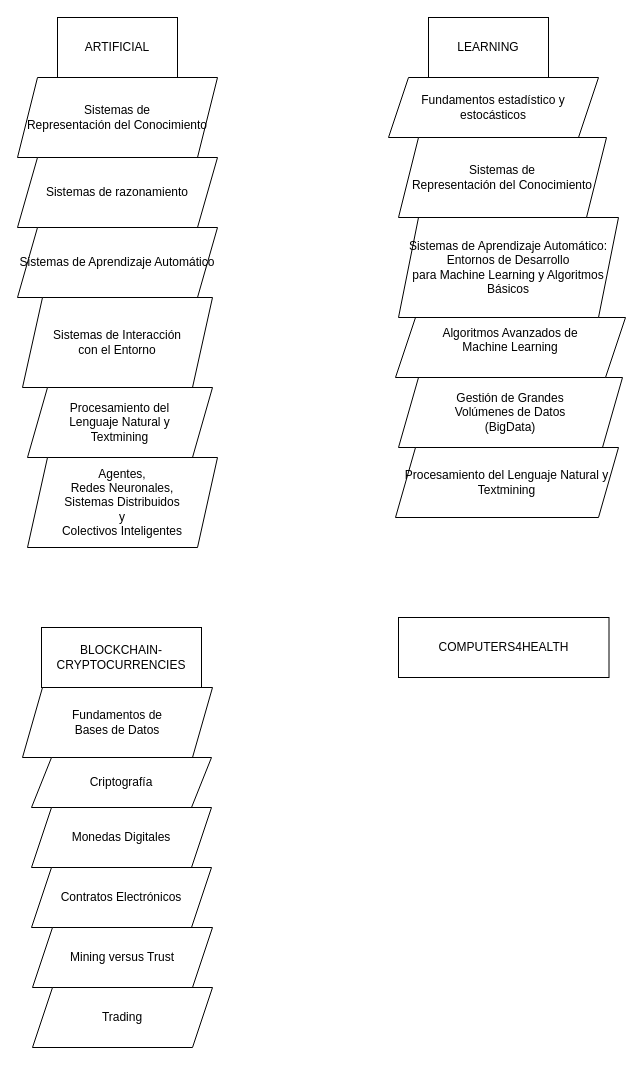
Before: Courses-masters.drawio in jacintodavila/logicacomputacional, a draw.io diagram. Source tidied: cells renumbered, new cells numbered last; positions are measured from the earlier drawing's top-left corner, leaving out a move shared by most shapes. Both pictures are drawn from the tidied source at 100%, with x=0, y=0 at pixel (17, 17).
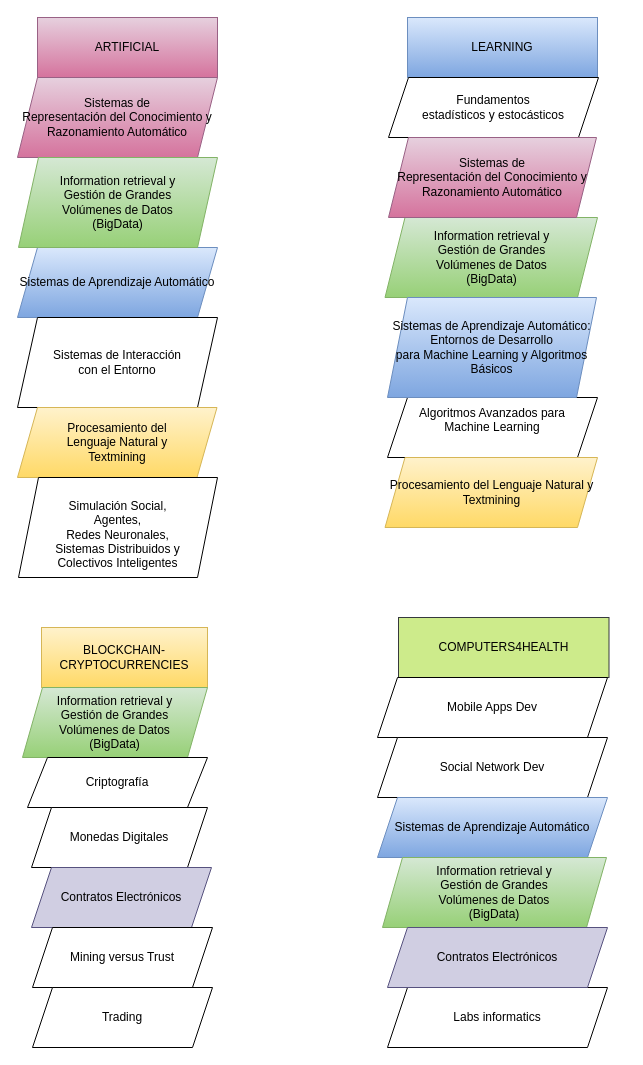
After the change.

The edit, as a diff of the source:
```diff
@@
-    <mxCell id="2" value="ARTIFICIAL" style="rounded=0;whiteSpace=wrap;html=1;" parent="1" vertex="1">
-      <mxGeometry x="40" width="120" height="60" as="geometry" />
+    <mxCell id="2" value="ARTIFICIAL" style="rounded=0;whiteSpace=wrap;html=1;gradientColor=#d5739d;fillColor=#e6d0de;strokeColor=#996185;" parent="1" vertex="1">
+      <mxGeometry x="20" width="180" height="60" as="geometry" />
     </mxCell>
-    <mxCell id="3" value="&lt;div&gt;Sistemas de &lt;br&gt;&lt;/div&gt;&lt;div&gt;Representación del Conocimiento&lt;/div&gt;" style="shape=parallelogram;perimeter=parallelogramPerimeter;whiteSpace=wrap;html=1;fixedSize=1;" parent="1" vertex="1">
+    <mxCell id="3" value="&lt;div&gt;Sistemas de &lt;br&gt;&lt;/div&gt;&lt;div&gt;Representación del Conocimiento y &lt;br&gt;&lt;/div&gt;&lt;div&gt;Razonamiento Automático &lt;br&gt;&lt;/div&gt;" style="shape=parallelogram;perimeter=parallelogramPerimeter;whiteSpace=wrap;html=1;fixedSize=1;gradientColor=#d5739d;fillColor=#e6d0de;strokeColor=#996185;" parent="1" vertex="1">
       <mxGeometry y="60" width="200" height="80" as="geometry" />
     </mxCell>
-    <mxCell id="4" value="Sistemas de razonamiento" style="shape=parallelogram;perimeter=parallelogramPerimeter;whiteSpace=wrap;html=1;fixedSize=1;" parent="1" vertex="1">
-      <mxGeometry y="140" width="200" height="70" as="geometry" />
-    </mxCell>
-    <mxCell id="5" value="Sistemas de Aprendizaje Automático" style="shape=parallelogram;perimeter=parallelogramPerimeter;whiteSpace=wrap;html=1;fixedSize=1;" parent="1" vertex="1">
-      <mxGeometry y="210" width="200" height="70" as="geometry" />
+    <mxCell id="5" value="Sistemas de Aprendizaje Automático" style="shape=parallelogram;perimeter=parallelogramPerimeter;whiteSpace=wrap;html=1;fixedSize=1;gradientColor=#7ea6e0;fillColor=#dae8fc;strokeColor=#6c8ebf;" parent="1" vertex="1">
+      <mxGeometry y="230" width="200" height="70" as="geometry" />
     </mxCell>
     <mxCell id="6" value="&lt;div&gt;Sistemas de Interacción&lt;/div&gt;&lt;div&gt; con el Entorno&lt;/div&gt;" style="shape=parallelogram;perimeter=parallelogramPerimeter;whiteSpace=wrap;html=1;fixedSize=1;" parent="1" vertex="1">
-      <mxGeometry x="5" y="280" width="190" height="90" as="geometry" />
+      <mxGeometry y="300" width="200" height="90" as="geometry" />
     </mxCell>
-    <mxCell id="7" value="&lt;div&gt;Procesamiento del&lt;/div&gt;&lt;div&gt; Lenguaje Natural y&lt;/div&gt;&lt;div&gt;Textmining&lt;br&gt;&lt;/div&gt;" style="shape=parallelogram;perimeter=parallelogramPerimeter;whiteSpace=wrap;html=1;fixedSize=1;" parent="1" vertex="1">
-      <mxGeometry x="10" y="370" width="185" height="70" as="geometry" />
+    <mxCell id="7" value="&lt;div&gt;Procesamiento del&lt;/div&gt;&lt;div&gt; Lenguaje Natural y&lt;/div&gt;&lt;div&gt;Textmining&lt;br&gt;&lt;/div&gt;" style="shape=parallelogram;perimeter=parallelogramPerimeter;whiteSpace=wrap;html=1;fixedSize=1;gradientColor=#ffd966;fillColor=#fff2cc;strokeColor=#d6b656;" parent="1" vertex="1">
+      <mxGeometry y="390" width="199.5" height="70" as="geometry" />
     </mxCell>
-    <mxCell id="8" value="&lt;div&gt;Agentes, &lt;br&gt;&lt;/div&gt;&lt;div&gt;Redes Neuronales, &lt;br&gt;&lt;/div&gt;&lt;div&gt;Sistemas Distribuidos&lt;br&gt;&lt;/div&gt;&lt;div&gt;y &lt;br&gt;&lt;/div&gt;&lt;div&gt;Colectivos Inteligentes&lt;br&gt;&lt;/div&gt;" style="shape=parallelogram;perimeter=parallelogramPerimeter;whiteSpace=wrap;html=1;fixedSize=1;" parent="1" vertex="1">
-      <mxGeometry x="10" y="440" width="190" height="90" as="geometry" />
+    <mxCell id="8" value="&lt;div&gt;&lt;br&gt;&lt;/div&gt;&lt;div&gt;Simulación Social, &lt;br&gt;&lt;/div&gt;&lt;div&gt;Agentes, &lt;br&gt;&lt;/div&gt;&lt;div&gt;Redes Neuronales, &lt;br&gt;&lt;/div&gt;&lt;div&gt;Sistemas Distribuidos y &lt;br&gt;&lt;/div&gt;&lt;div&gt;Colectivos Inteligentes&lt;br&gt;&lt;/div&gt;" style="shape=parallelogram;perimeter=parallelogramPerimeter;whiteSpace=wrap;html=1;fixedSize=1;" parent="1" vertex="1">
+      <mxGeometry x="1" y="460" width="199" height="100" as="geometry" />
     </mxCell>
-    <mxCell id="9" value="BLOCKCHAIN-CRYPTOCURRENCIES" style="rounded=0;whiteSpace=wrap;html=1;" parent="1" vertex="1">
-      <mxGeometry x="24" y="610" width="160" height="60" as="geometry" />
+    <mxCell id="9" value="BLOCKCHAIN-CRYPTOCURRENCIES" style="rounded=0;whiteSpace=wrap;html=1;fillColor=#fff2cc;strokeColor=#d6b656;gradientColor=#ffd966;" parent="1" vertex="1">
+      <mxGeometry x="24" y="610" width="166" height="60" as="geometry" />
     </mxCell>
-    <mxCell id="10" value="&lt;div&gt;Fundamentos de &lt;br&gt;&lt;/div&gt;&lt;div&gt;Bases de Datos&lt;/div&gt;" style="shape=parallelogram;perimeter=parallelogramPerimeter;whiteSpace=wrap;html=1;fixedSize=1;" parent="1" vertex="1">
-      <mxGeometry x="5" y="670" width="190" height="70" as="geometry" />
+    <mxCell id="10" value="&lt;div&gt;Information retrieval y&lt;br&gt;&lt;/div&gt;&lt;div&gt;Gestión de Grandes &lt;br&gt;&lt;/div&gt;&lt;div&gt;Volúmenes de Datos&lt;/div&gt;(BigData)" style="shape=parallelogram;perimeter=parallelogramPerimeter;whiteSpace=wrap;html=1;fixedSize=1;gradientColor=#97d077;fillColor=#d5e8d4;strokeColor=#82b366;" parent="1" vertex="1">
+      <mxGeometry x="5" y="670" width="185" height="70" as="geometry" />
     </mxCell>
     <mxCell id="11" value="Criptografía" style="shape=parallelogram;perimeter=parallelogramPerimeter;whiteSpace=wrap;html=1;fixedSize=1;" parent="1" vertex="1">
-      <mxGeometry x="14" y="740" width="180" height="50" as="geometry" />
+      <mxGeometry x="10" y="740" width="180" height="50" as="geometry" />
     </mxCell>
     <mxCell id="12" value="Monedas Digitales" style="shape=parallelogram;perimeter=parallelogramPerimeter;whiteSpace=wrap;html=1;fixedSize=1;" parent="1" vertex="1">
-      <mxGeometry x="14" y="790" width="180" height="60" as="geometry" />
+      <mxGeometry x="14" y="790" width="176" height="60" as="geometry" />
     </mxCell>
-    <mxCell id="13" value="Contratos Electrónicos" style="shape=parallelogram;perimeter=parallelogramPerimeter;whiteSpace=wrap;html=1;fixedSize=1;" parent="1" vertex="1">
+    <mxCell id="13" value="Contratos Electrónicos" style="shape=parallelogram;perimeter=parallelogramPerimeter;whiteSpace=wrap;html=1;fixedSize=1;fillColor=#d0cee2;strokeColor=#56517e;" parent="1" vertex="1">
       <mxGeometry x="14" y="850" width="180" height="60" as="geometry" />
     </mxCell>
@@
-    <mxCell id="16" value="LEARNING" style="rounded=0;whiteSpace=wrap;html=1;" parent="1" vertex="1">
-      <mxGeometry x="411" width="120" height="60" as="geometry" />
+    <mxCell id="16" value="LEARNING" style="rounded=0;whiteSpace=wrap;html=1;gradientColor=#7ea6e0;fillColor=#dae8fc;strokeColor=#6c8ebf;" parent="1" vertex="1">
+      <mxGeometry x="390" width="190" height="60" as="geometry" />
     </mxCell>
-    <mxCell id="17" value="Fundamentos estadístico y estocásticos" style="shape=parallelogram;perimeter=parallelogramPerimeter;whiteSpace=wrap;html=1;fixedSize=1;" parent="1" vertex="1">
+    <mxCell id="17" value="&lt;div&gt;Fundamentos &lt;br&gt;&lt;/div&gt;&lt;div&gt;estadísticos y estocásticos&lt;/div&gt;" style="shape=parallelogram;perimeter=parallelogramPerimeter;whiteSpace=wrap;html=1;fixedSize=1;" parent="1" vertex="1">
       <mxGeometry x="371" y="60" width="210" height="60" as="geometry" />
     </mxCell>
-    <mxCell id="18" value="&lt;div&gt;&lt;br&gt;&lt;/div&gt;&lt;div&gt;Gestión de Grandes &lt;br&gt;&lt;/div&gt;&lt;div&gt;Volúmenes de Datos&lt;/div&gt;&lt;div&gt;(BigData)&lt;br&gt;&lt;/div&gt;&lt;div&gt;&lt;br&gt;&lt;/div&gt;" style="shape=parallelogram;perimeter=parallelogramPerimeter;whiteSpace=wrap;html=1;fixedSize=1;" parent="1" vertex="1">
-      <mxGeometry x="381" y="360" width="224" height="70" as="geometry" />
+    <mxCell id="18" value="&lt;div&gt;&lt;br&gt;&lt;/div&gt;&lt;div&gt;Information retrieval y &lt;br&gt;&lt;/div&gt;&lt;div&gt;Gestión de Grandes &lt;br&gt;&lt;/div&gt;&lt;div&gt;Volúmenes de Datos&lt;/div&gt;&lt;div&gt;(BigData)&lt;br&gt;&lt;/div&gt;&lt;div&gt;&lt;br&gt;&lt;/div&gt;" style="shape=parallelogram;perimeter=parallelogramPerimeter;whiteSpace=wrap;html=1;fixedSize=1;gradientColor=#97d077;fillColor=#d5e8d4;strokeColor=#82b366;" parent="1" vertex="1">
+      <mxGeometry x="367.5" y="200" width="212.5" height="80" as="geometry" />
     </mxCell>
-    <mxCell id="19" value="&lt;div&gt;Algoritmos Avanzados de &lt;br&gt;&lt;/div&gt;&lt;div&gt;Machine Learning&lt;/div&gt;&lt;div&gt;&lt;br&gt;&lt;/div&gt;" style="shape=parallelogram;perimeter=parallelogramPerimeter;whiteSpace=wrap;html=1;fixedSize=1;" parent="1" vertex="1">
-      <mxGeometry x="378" y="300" width="230" height="60" as="geometry" />
+    <mxCell id="19" value="&lt;div&gt;Algoritmos Avanzados para &lt;br&gt;&lt;/div&gt;&lt;div&gt;Machine Learning&lt;/div&gt;&lt;div&gt;&lt;br&gt;&lt;/div&gt;" style="shape=parallelogram;perimeter=parallelogramPerimeter;whiteSpace=wrap;html=1;fixedSize=1;" parent="1" vertex="1">
+      <mxGeometry x="370" y="380" width="210" height="60" as="geometry" />
     </mxCell>
-    <mxCell id="20" value="&lt;div&gt;Sistemas de Aprendizaje Automático: &lt;br&gt;&lt;/div&gt;&lt;div&gt;Entornos de Desarrollo&lt;/div&gt;&lt;div&gt;para Machine Learning y Algoritmos Básicos&lt;br&gt;&lt;/div&gt;" style="shape=parallelogram;perimeter=parallelogramPerimeter;whiteSpace=wrap;html=1;fixedSize=1;" parent="1" vertex="1">
-      <mxGeometry x="381" y="200" width="220" height="100" as="geometry" />
+    <mxCell id="20" value="&lt;div&gt;Sistemas de Aprendizaje Automático: &lt;br&gt;&lt;/div&gt;&lt;div&gt;Entornos de Desarrollo&lt;/div&gt;&lt;div&gt;para Machine Learning y Algoritmos Básicos&lt;br&gt;&lt;/div&gt;" style="shape=parallelogram;perimeter=parallelogramPerimeter;whiteSpace=wrap;html=1;fixedSize=1;gradientColor=#7ea6e0;fillColor=#dae8fc;strokeColor=#6c8ebf;" parent="1" vertex="1">
+      <mxGeometry x="370" y="280" width="209" height="100" as="geometry" />
     </mxCell>
-    <mxCell id="21" value="&lt;div&gt;Sistemas de &lt;br&gt;&lt;/div&gt;&lt;div&gt;Representación del Conocimiento&lt;/div&gt;" style="shape=parallelogram;perimeter=parallelogramPerimeter;whiteSpace=wrap;html=1;fixedSize=1;" parent="1" vertex="1">
-      <mxGeometry x="381" y="120" width="208" height="80" as="geometry" />
+    <mxCell id="21" value="&lt;div&gt;Sistemas de &lt;br&gt;&lt;/div&gt;&lt;div&gt;Representación del Conocimiento y&lt;/div&gt;&lt;div&gt;Razonamiento Automático&lt;br&gt;&lt;/div&gt;" style="shape=parallelogram;perimeter=parallelogramPerimeter;whiteSpace=wrap;html=1;fixedSize=1;gradientColor=#d5739d;fillColor=#e6d0de;strokeColor=#996185;" parent="1" vertex="1">
+      <mxGeometry x="371" y="120" width="208" height="80" as="geometry" />
     </mxCell>
-    <mxCell id="22" value="&lt;div&gt;Procesamiento del Lenguaje Natural y&lt;/div&gt;&lt;div&gt;Textmining&lt;br&gt;&lt;/div&gt;" style="shape=parallelogram;perimeter=parallelogramPerimeter;whiteSpace=wrap;html=1;fixedSize=1;" parent="1" vertex="1">
-      <mxGeometry x="378" y="430" width="223" height="70" as="geometry" />
+    <mxCell id="22" value="&lt;div&gt;Procesamiento del Lenguaje Natural y&lt;/div&gt;&lt;div&gt;Textmining&lt;br&gt;&lt;/div&gt;" style="shape=parallelogram;perimeter=parallelogramPerimeter;whiteSpace=wrap;html=1;fixedSize=1;gradientColor=#ffd966;fillColor=#fff2cc;strokeColor=#d6b656;" parent="1" vertex="1">
+      <mxGeometry x="367.5" y="440" width="212.5" height="70" as="geometry" />
     </mxCell>
-    <mxCell id="23" value="COMPUTERS4HEALTH" style="rounded=0;whiteSpace=wrap;html=1;" parent="1" vertex="1">
+    <mxCell id="23" value="COMPUTERS4HEALTH" style="rounded=0;whiteSpace=wrap;html=1;fillColor=#cdeb8b;strokeColor=#36393d;" parent="1" vertex="1">
       <mxGeometry x="381" y="600" width="210.5" height="60" as="geometry" />
     </mxCell>
+    <mxCell id="24" value="Mobile Apps Dev" style="shape=parallelogram;perimeter=parallelogramPerimeter;whiteSpace=wrap;html=1;fixedSize=1;" parent="1" vertex="1">
+      <mxGeometry x="360" y="660" width="230" height="60" as="geometry" />
+    </mxCell>
+    <mxCell id="25" value="Social Network Dev" style="shape=parallelogram;perimeter=parallelogramPerimeter;whiteSpace=wrap;html=1;fixedSize=1;" parent="1" vertex="1">
+      <mxGeometry x="360" y="720" width="230" height="60" as="geometry" />
+    </mxCell>
+    <mxCell id="26" value="Sistemas de Aprendizaje Automático" style="shape=parallelogram;perimeter=parallelogramPerimeter;whiteSpace=wrap;html=1;fixedSize=1;gradientColor=#7ea6e0;fillColor=#dae8fc;strokeColor=#6c8ebf;" parent="1" vertex="1">
+      <mxGeometry x="360" y="780" width="230" height="60" as="geometry" />
+    </mxCell>
+    <mxCell id="27" value="Labs informatics" style="shape=parallelogram;perimeter=parallelogramPerimeter;whiteSpace=wrap;html=1;fixedSize=1;" parent="1" vertex="1">
+      <mxGeometry x="370" y="970" width="220" height="60" as="geometry" />
+    </mxCell>
+    <mxCell id="28" value="&lt;div&gt;&lt;br&gt;&lt;/div&gt;&lt;div&gt;Information retrieval y&lt;br&gt;&lt;/div&gt;&lt;div&gt;Gestión de Grandes &lt;br&gt;&lt;/div&gt;&lt;div&gt;Volúmenes de Datos&lt;/div&gt;&lt;div&gt;(BigData)&lt;br&gt;&lt;/div&gt;&lt;div&gt;&lt;br&gt;&lt;/div&gt;" style="shape=parallelogram;perimeter=parallelogramPerimeter;whiteSpace=wrap;html=1;fixedSize=1;gradientColor=#97d077;fillColor=#d5e8d4;strokeColor=#82b366;" parent="1" vertex="1">
+      <mxGeometry x="365" y="840" width="224" height="70" as="geometry" />
+    </mxCell>
+    <mxCell id="29" value="Contratos Electrónicos" style="shape=parallelogram;perimeter=parallelogramPerimeter;whiteSpace=wrap;html=1;fixedSize=1;fillColor=#d0cee2;strokeColor=#56517e;" parent="1" vertex="1">
+      <mxGeometry x="370" y="910" width="220" height="60" as="geometry" />
+    </mxCell>
+    <mxCell id="30" value="&lt;div&gt;&lt;br&gt;&lt;/div&gt;&lt;div&gt;Information retrieval y&lt;br&gt;&lt;/div&gt;&lt;div&gt;Gestión de Grandes &lt;br&gt;&lt;/div&gt;&lt;div&gt;Volúmenes de Datos&lt;/div&gt;&lt;div&gt;(BigData)&lt;br&gt;&lt;/div&gt;&lt;div&gt;&lt;br&gt;&lt;/div&gt;" style="shape=parallelogram;perimeter=parallelogramPerimeter;whiteSpace=wrap;html=1;fixedSize=1;gradientColor=#97d077;fillColor=#d5e8d4;strokeColor=#82b366;" parent="1" vertex="1">
+      <mxGeometry x="1" y="140" width="199" height="90" as="geometry" />
+    </mxCell>
```
